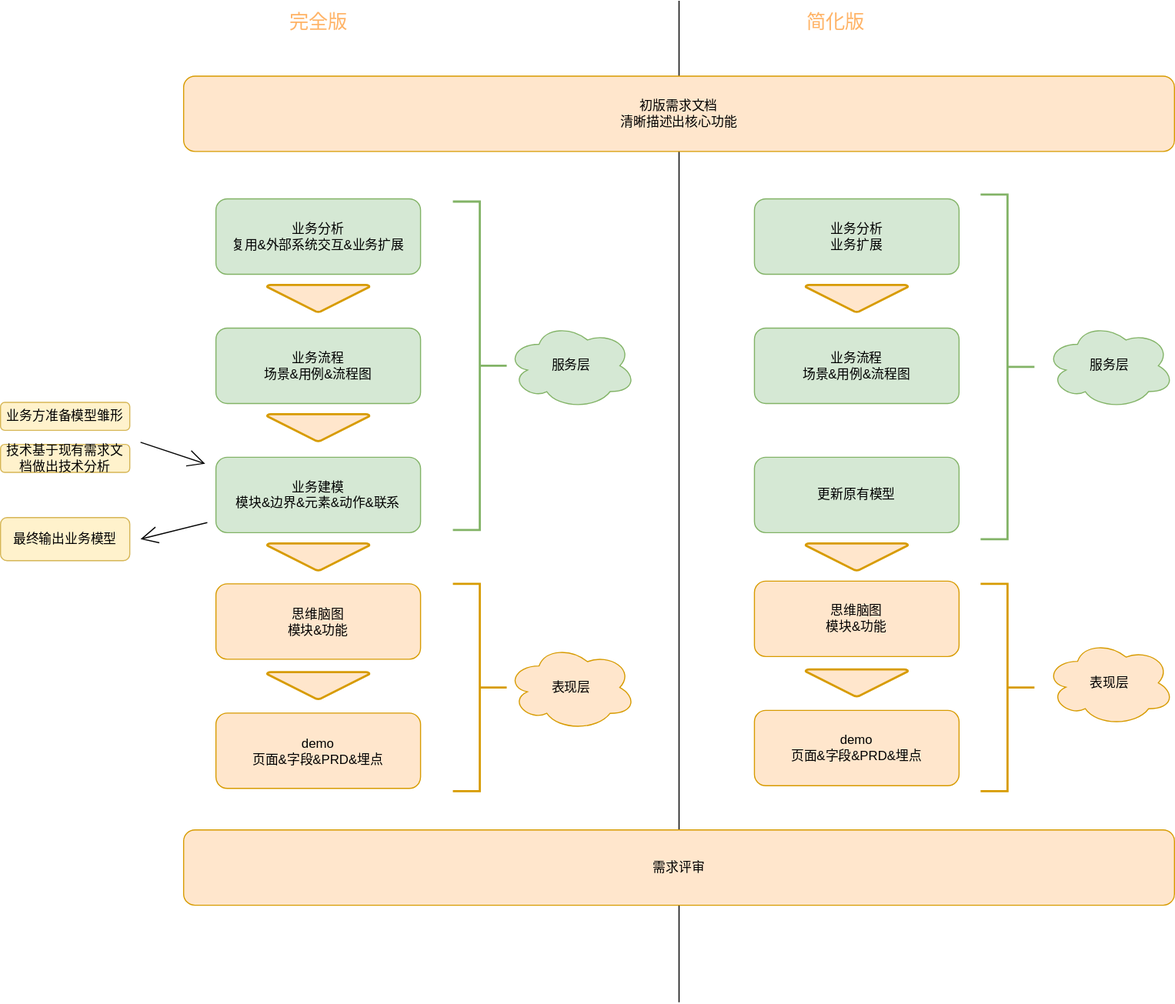
fsdmp/diagrams keeps this draw.io diagram as ddm.drawio.svg. Above is the earlier version. Source tidied: cells renumbered, new cells last; positions are measured from the earlier drawing's top-left corner, leaving out a move shared by most shapes.
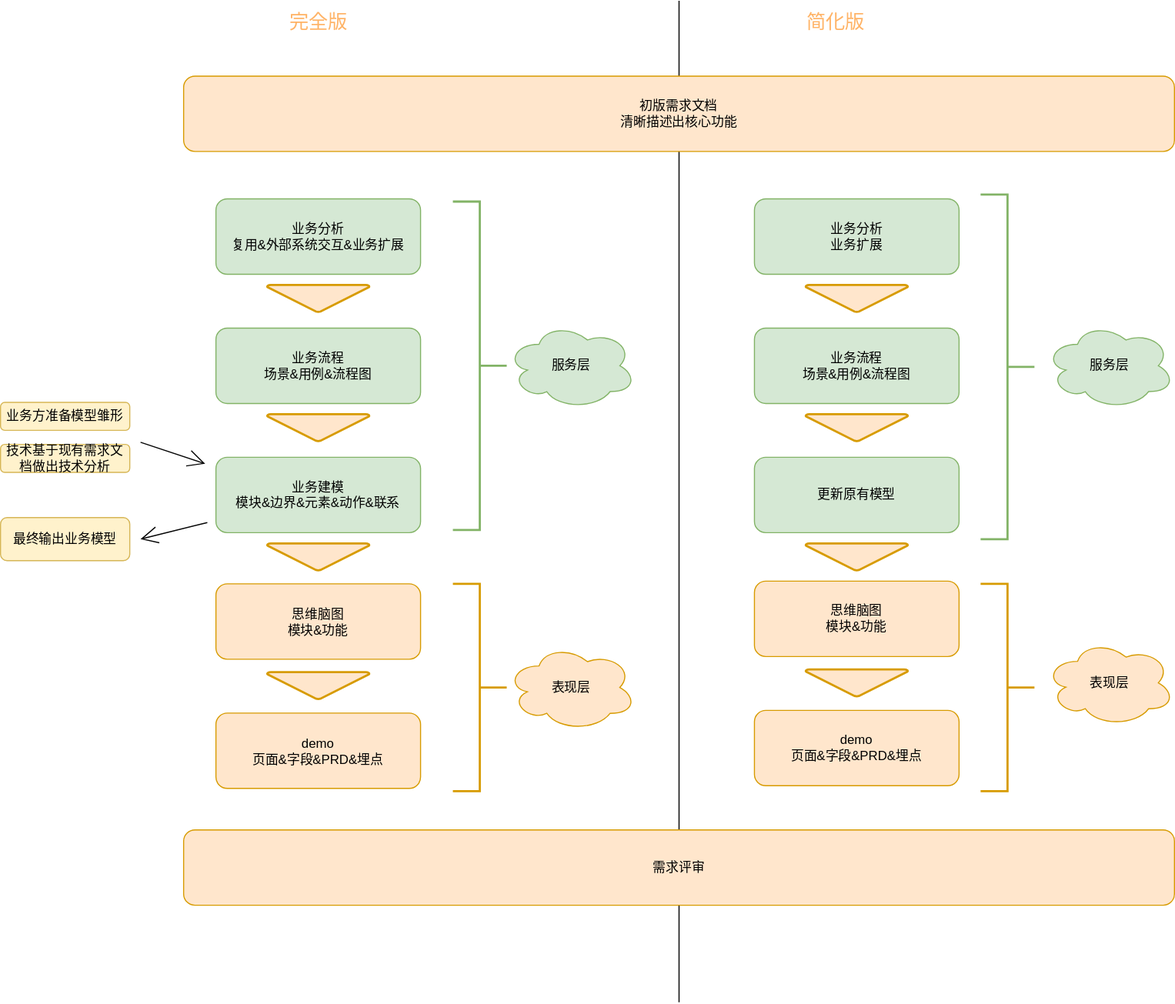
After the change.

Diff of the diagram source:
```diff
@@ -115,5 +115,8 @@
     <mxCell id="36" value="更新原有模型&lt;br&gt;" style="rounded=1;whiteSpace=wrap;html=1;hachureGap=4;fillColor=#d5e8d4;strokeColor=#82b366;" parent="1" vertex="1">
       <mxGeometry x="700" y="424" width="190" height="70" as="geometry" />
     </mxCell>
+    <mxCell id="37" style="strokeWidth=2;html=1;shape=mxgraph.flowchart.merge_or_storage;whiteSpace=wrap;hachureGap=4;fillColor=#ffe6cc;strokeColor=#d79b00;" parent="1" vertex="1">
+      <mxGeometry x="747.5" y="384" width="95" height="25" as="geometry" />
+    </mxCell>
   </root>
 </mxGraphModel>
```
